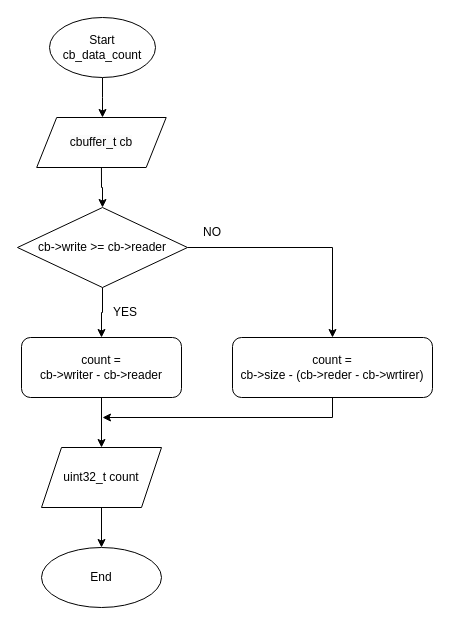
Earlier version of the draw.io diagram Biểu đồ không có tiêu đề.drawio (NhatKha17/baitap). Source tidied: cells renumbered, new cells numbered last; positions are measured from the earlier drawing's top-left corner, leaving out a move shared by most shapes. Both pictures are drawn from the tidied source at 100%, with x=0, y=0 at pixel (17, 17).
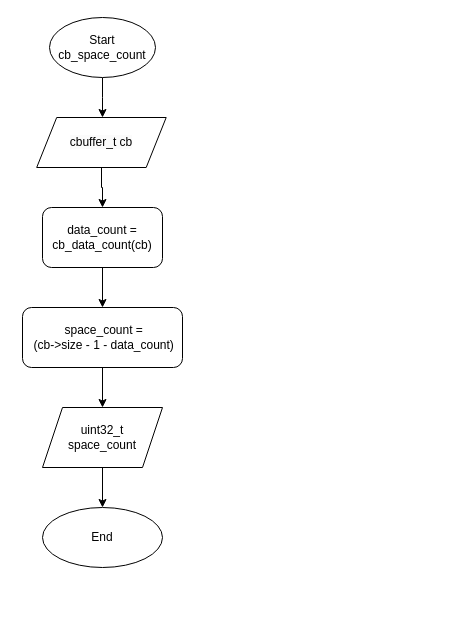
The same diagram, later.

The change refers to these unchanged cells:
```xml
<mxCell id="15" value="&lt;span style=&quot;color: rgb(0, 0, 0); font-family: Helvetica; font-size: 12px; font-style: normal; font-variant-ligatures: normal; font-variant-caps: normal; font-weight: 400; letter-spacing: normal; orphans: 2; text-align: center; text-indent: 0px; text-transform: none; widows: 2; word-spacing: 0px; -webkit-text-stroke-width: 0px; background-color: rgb(251, 251, 251); text-decoration-thickness: initial; text-decoration-style: initial; text-decoration-color: initial; float: none; display: inline !important;&quot;&gt;cbuffer_t cb&lt;/span&gt;" style="shape=parallelogram;perimeter=parallelogramPerimeter;whiteSpace=wrap;html=1;fixedSize=1;" parent="1" vertex="1">
  <mxGeometry x="19.2" y="100" width="129.5" height="50" as="geometry" />
</mxCell>
```

The edit, as a diff of the source:
```diff
@@
-    <mxCell id="3" value="Start cb_data_count" style="ellipse;whiteSpace=wrap;html=1;" parent="1" vertex="1">
+    <mxCell id="3" value="Start cb_space_count" style="ellipse;whiteSpace=wrap;html=1;" parent="1" vertex="1">
       <mxGeometry x="32" width="106" height="60" as="geometry" />
     </mxCell>
-    <mxCell id="4" style="edgeStyle=orthogonalEdgeStyle;rounded=0;jettySize=auto;html=1;" parent="1" edge="1" source="6" target="8">
-      <mxGeometry relative="1" as="geometry" />
-    </mxCell>
-    <mxCell id="5" style="edgeStyle=orthogonalEdgeStyle;rounded=0;jettySize=auto;html=1;entryX=0.5;entryY=0;entryDx=0;entryDy=0;" parent="1" edge="1" source="6" target="10">
-      <mxGeometry relative="1" as="geometry" />
-    </mxCell>
-    <mxCell id="6" value="cb-&amp;gt;write &amp;gt;= cb-&amp;gt;reader" style="rhombus;whiteSpace=wrap;html=1;" parent="1" vertex="1">
-      <mxGeometry y="190" width="170" height="80" as="geometry" />
-    </mxCell>
-    <mxCell id="7" style="edgeStyle=orthogonalEdgeStyle;rounded=0;jettySize=auto;html=1;" parent="1" edge="1" source="8">
-      <mxGeometry relative="1" as="geometry">
-        <mxPoint x="85" y="400" as="targetPoint" />
-        <Array as="points">
-          <mxPoint x="315" y="400" />
-        </Array>
-      </mxGeometry>
-    </mxCell>
-    <mxCell id="8" value="count = &lt;br&gt;cb-&amp;gt;size - (cb-&amp;gt;reder - cb-&amp;gt;wrtirer)" style="rounded=1;whiteSpace=wrap;html=1;" parent="1" vertex="1">
-      <mxGeometry x="215" y="320" width="200" height="60" as="geometry" />
-    </mxCell>
@@
-    <mxCell id="10" value="count =&lt;br&gt;cb-&amp;gt;writer - cb-&amp;gt;reader" style="rounded=1;whiteSpace=wrap;html=1;" parent="1" vertex="1">
-      <mxGeometry x="4" y="320" width="160" height="60" as="geometry" />
+    <mxCell id="10" value="&amp;nbsp;space_count =&lt;br&gt;&amp;nbsp;(cb-&amp;gt;size - 1 - data_count)" style="rounded=1;whiteSpace=wrap;html=1;" parent="1" vertex="1">
+      <mxGeometry x="5" y="290" width="160" height="60" as="geometry" />
     </mxCell>
-    <mxCell id="11" value="YES" style="text;html=1;strokeColor=none;fillColor=none;align=center;verticalAlign=middle;whiteSpace=wrap;rounded=0;" parent="1" vertex="1">
-      <mxGeometry x="78" y="280" width="60" height="30" as="geometry" />
-    </mxCell>
-    <mxCell id="12" value="NO" style="text;html=1;strokeColor=none;fillColor=none;align=center;verticalAlign=middle;whiteSpace=wrap;rounded=0;" parent="1" vertex="1">
-      <mxGeometry x="165" y="200" width="60" height="30" as="geometry" />
-    </mxCell>
     <mxCell id="13" value="End" style="ellipse;whiteSpace=wrap;html=1;" parent="1" vertex="1">
-      <mxGeometry x="24" y="530" width="120" height="60" as="geometry" />
+      <mxGeometry x="25" y="490" width="120" height="60" as="geometry" />
     </mxCell>
-    <mxCell id="14" style="edgeStyle=orthogonalEdgeStyle;rounded=0;jettySize=auto;html=1;exitX=0.5;exitY=1;exitDx=0;exitDy=0;entryX=0.5;entryY=0;entryDx=0;entryDy=0;" parent="1" edge="1" source="15" target="6">
-      <mxGeometry relative="1" as="geometry" />
-    </mxCell>
+    <mxCell id="18" style="edgeStyle=orthogonalEdgeStyle;rounded=0;jettySize=auto;html=1;entryX=0.5;entryY=0;entryDx=0;entryDy=0;" parent="1" edge="1" source="15" target="20">
+      <mxGeometry relative="1" as="geometry" />
+    </mxCell>
@@
-    <mxCell id="17" value="uint32_t count" style="shape=parallelogram;perimeter=parallelogramPerimeter;whiteSpace=wrap;html=1;fixedSize=1;" parent="1" vertex="1">
-      <mxGeometry x="24" y="430" width="120" height="60" as="geometry" />
+    <mxCell id="17" value="uint32_t &lt;br&gt;space_count" style="shape=parallelogram;perimeter=parallelogramPerimeter;whiteSpace=wrap;html=1;fixedSize=1;" parent="1" vertex="1">
+      <mxGeometry x="25" y="390" width="120" height="60" as="geometry" />
     </mxCell>
+    <mxCell id="19" style="edgeStyle=orthogonalEdgeStyle;rounded=0;jettySize=auto;html=1;entryX=0.5;entryY=0;entryDx=0;entryDy=0;" parent="1" edge="1" source="20" target="10">
+      <mxGeometry relative="1" as="geometry" />
+    </mxCell>
+    <mxCell id="20" value="data_count = cb_data_count(cb)" style="rounded=1;whiteSpace=wrap;html=1;" parent="1" vertex="1">
+      <mxGeometry x="25" y="190" width="120" height="60" as="geometry" />
+    </mxCell>
```
